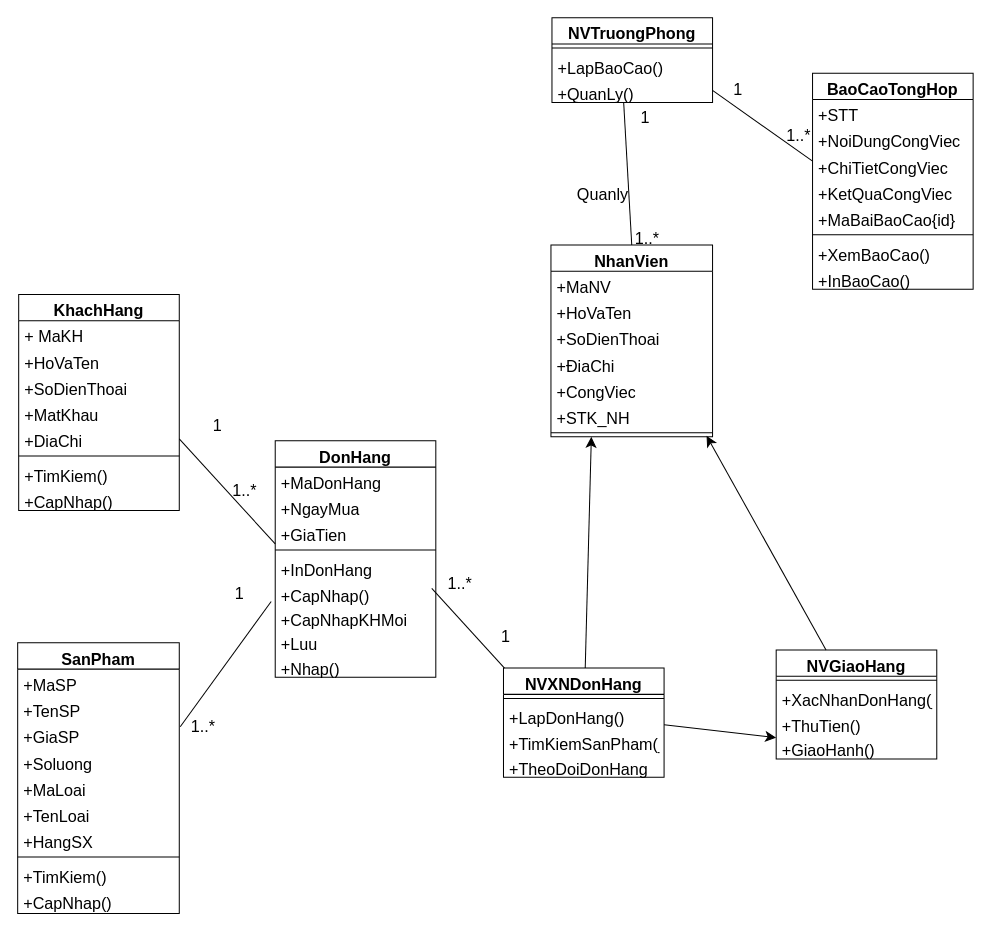
Above: page "Trang-4" (1 of 14) of Biểu đồ không có tiêu đề.drawio in anhduy7723/web_basic- (draw.io), before the change. Source tidied: cells renumbered, new cells numbered last; positions are measured from the earlier drawing's top-left corner, leaving out a move shared by most shapes. Both pictures are drawn from the tidied source at 101%, with x=0, y=0 at pixel (17, 17).
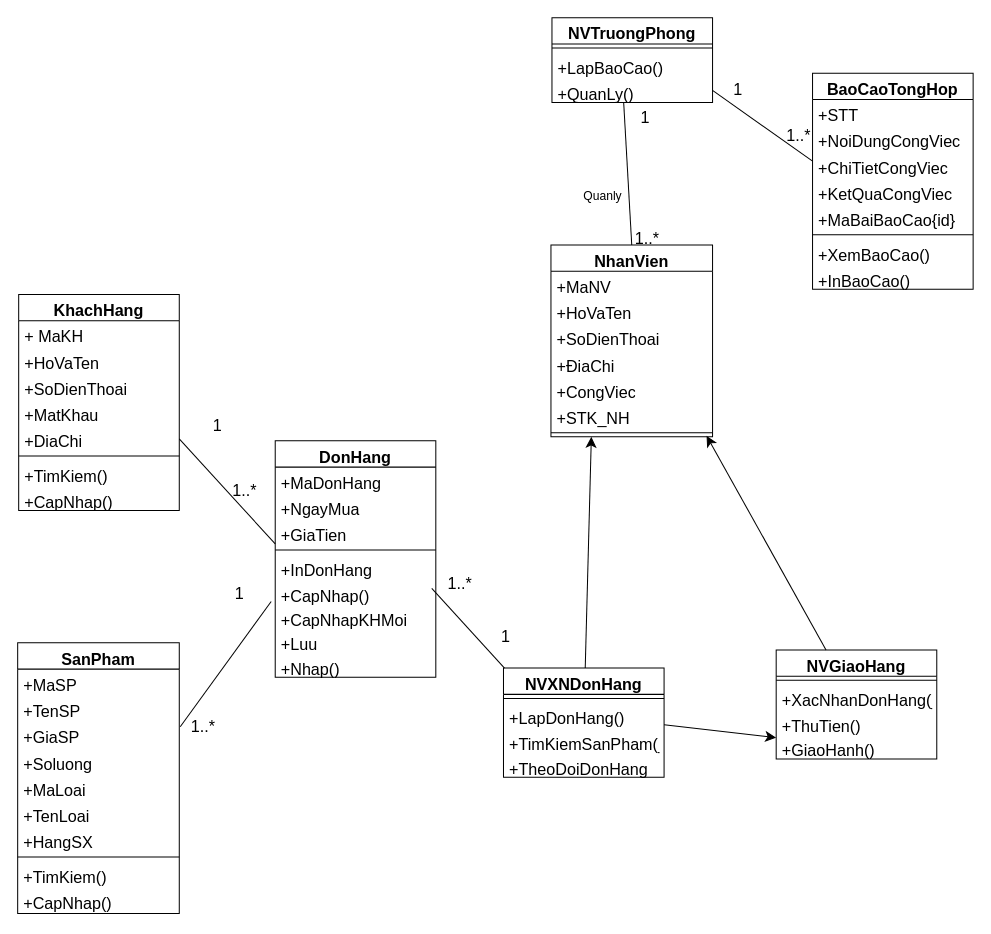
Above is the later version.

Diff of the diagram source:
```diff
@@
-    <mxCell id="75" value="Quanly" style="text;html=1;align=center;verticalAlign=middle;strokeColor=none;fillColor=none;fontSize=16;" parent="1" vertex="1">
-      <mxGeometry x="544" y="159" width="69" height="31" as="geometry" />
+    <mxCell id="75" value="&lt;font style=&quot;font-size: 12px;&quot;&gt;Quanly&lt;/font&gt;" style="text;html=1;align=center;verticalAlign=middle;strokeColor=none;fillColor=none;fontSize=16;" parent="1" vertex="1">
+      <mxGeometry x="551" y="159" width="56" height="31" as="geometry" />
     </mxCell>
```
